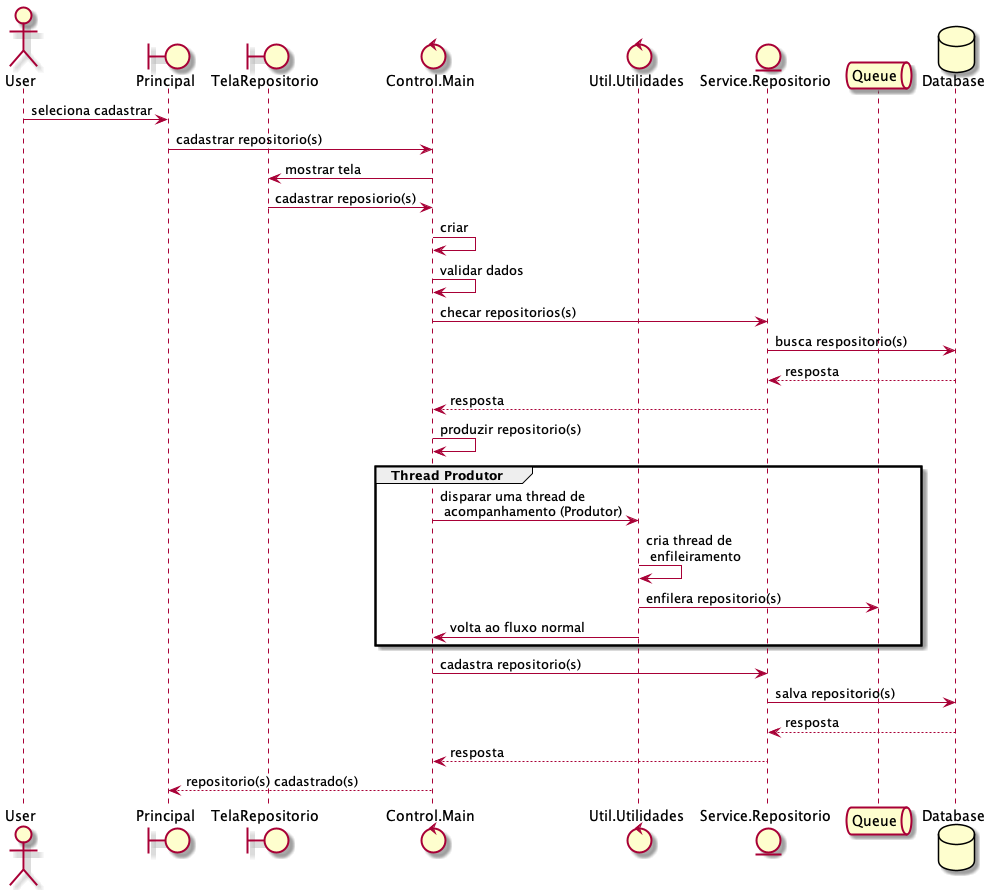
myplayareas/ppc keeps this PlantUML diagram as out/docs/sequence cadastrar repositorio/sequence cadastrar repositorio.png. Above is the earlier version. The source it was exported from:
```plantuml
@startuml
actor       User as user
boundary    Principal as principal
boundary    TelaRepositorio as telaRepositorio
control     Control.Main as main
control     Util.Utilidades as utilidades
entity      Service.Repositorio  as repositorio
queue       Queue as fila
database    Database as banco

user -> principal : seleciona cadastrar
principal -> main : cadastrar repositorio(s)
main -> telaRepositorio : mostrar tela
telaRepositorio -> main : cadastrar reposiorio(s)
main -> main : criar
main -> main : validar dados
main -> repositorio : checar repositorios(s)
repositorio -> banco : busca respositorio(s)
banco --> repositorio : resposta
repositorio --> main : resposta
main -> main : produzir repositorio(s)
    group Thread Produtor
    main -> utilidades : disparar uma thread de \n acompanhamento (Produtor)
    utilidades -> utilidades : cria thread de \n enfileiramento
    utilidades -> fila : enfilera repositorio(s)
    utilidades -> main : volta ao fluxo normal
    end
main -> repositorio : cadastra repositorio(s)
repositorio -> banco : salva repositorio(s)
banco --> repositorio : resposta
repositorio --> main : resposta
main --> principal : repositorio(s) cadastrado(s)
@enduml
```
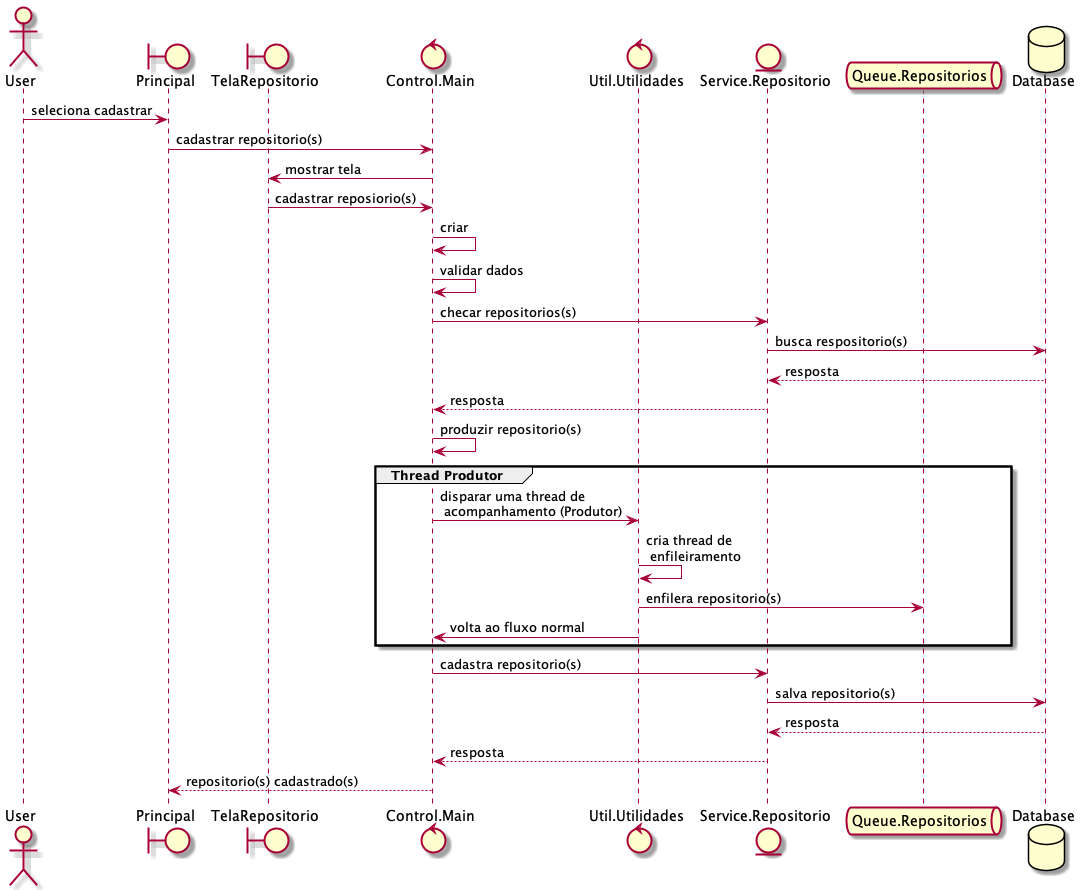
After the change.

What changed in the source:
```diff
@@ -5,7 +5,7 @@
 control     Control.Main as main
 control     Util.Utilidades as utilidades
 entity      Service.Repositorio  as repositorio
-queue       Queue as fila
+queue       Queue.Repositorios as fila
 database    Database as banco
 
 user -> principal : seleciona cadastrar
```
